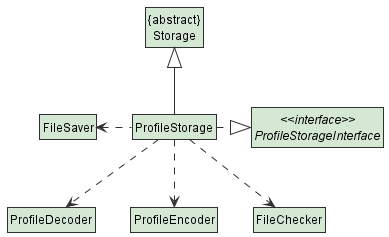
tryyang2001/tp keeps this PlantUML diagram as docs/images/ProfileStorageClassDiagram.png. Above is the earlier version. Its source is kept beside it as docs/diagrams/ProfileStorageClassDiagram.puml. The source it was exported from:
```plantuml
@startuml

!include Style.puml
hide class fields
hide class methods
hide interface fields
hide interface methods

class ProfileDecoder STORAGE_COLOUR
class ProfileStorage STORAGE_COLOUR
class "{abstract}\nStorage" STORAGE_COLOUR
class ProfileEncoder STORAGE_COLOUR
class FileChecker STORAGE_COLOUR
class FileSaver STORAGE_COLOUR
interface "<<interface>>\nProfileStorageInterface" STORAGE_COLOUR

"{abstract}\nStorage" <|-down- ProfileStorage
"<<interface>>\nProfileStorageInterface" <|.left. ProfileStorage
ProfileDecoder <.up. ProfileStorage
ProfileEncoder <.up. ProfileStorage
ProfileStorage .down.> FileChecker
ProfileStorage .left.> FileSaver

@enduml
```
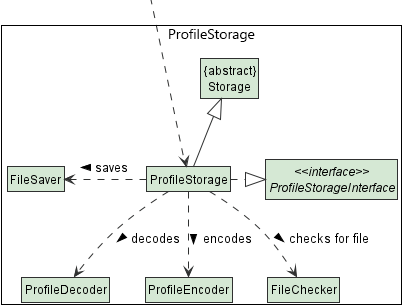
The same file after the commit.

The edit, as a diff of the source:
```diff
@@ -14,11 +14,12 @@
 class FileSaver STORAGE_COLOUR
 interface "<<interface>>\nProfileStorageInterface" STORAGE_COLOUR
 
+ProfileStorage <.up.. " "
 "{abstract}\nStorage" <|-down- ProfileStorage
 "<<interface>>\nProfileStorageInterface" <|.left. ProfileStorage
-ProfileDecoder <.up. ProfileStorage
-ProfileEncoder <.up. ProfileStorage
-ProfileStorage .down.> FileChecker
-ProfileStorage .left.> FileSaver
+ProfileDecoder <.up. ProfileStorage :< decodes
+ProfileEncoder <.up. ProfileStorage :< encodes
+ProfileStorage .down.> FileChecker :> checks for file
+ProfileStorage .left.> FileSaver :> saves
 
 @enduml
```
